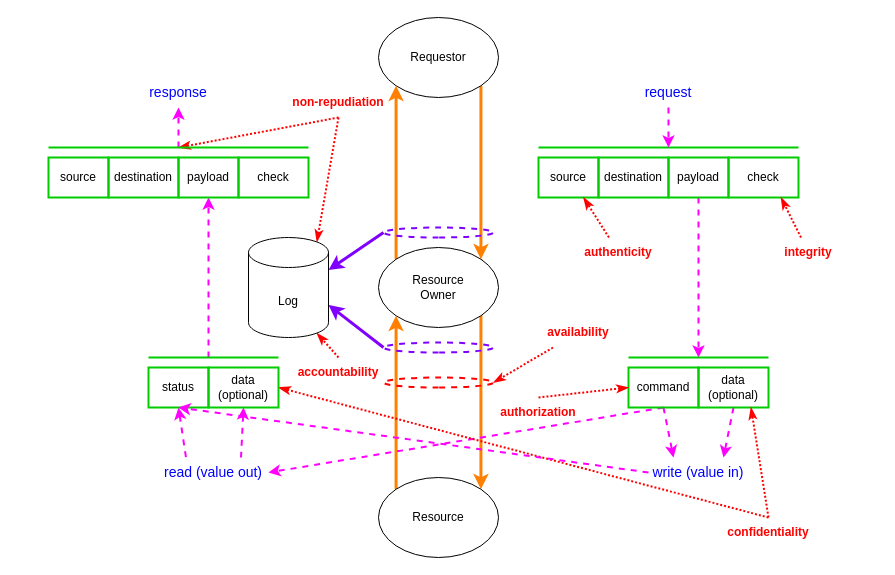
nutonomy/AVCDL keeps this draw.io diagram as page "horizontal" (2 of 2) of source/reference_documents/elaboration_documents/Understanding the Extended CIA Model/images/source/extended CIA working model.drawio. Above is the earlier version. Source tidied: cells renumbered, new cells numbered last; positions are measured from the earlier drawing's top-left corner, leaving out a move shared by most shapes. Both pictures are drawn from the tidied source at 100%, with x=0, y=0 at pixel (48, 17).
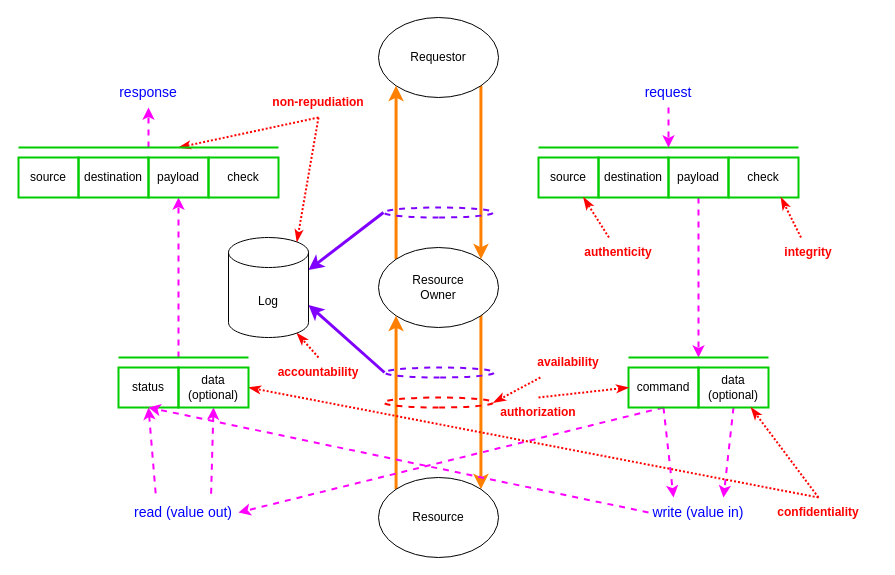
The same diagram, later.

Unchanged cells that the change refers to:
```xml
<mxCell id="15" value="check" style="rounded=0;whiteSpace=wrap;html=1;strokeColor=#00CC00;fontSize=12;fontColor=#000000;fillColor=none;strokeWidth=2;" parent="10" vertex="1">
  <mxGeometry x="680" y="140" width="70" height="40" as="geometry" />
</mxCell>
<mxCell id="25" value="data&lt;br&gt;(optional)" style="rounded=0;whiteSpace=wrap;html=1;strokeColor=#00CC00;fontSize=12;fontColor=#000000;fillColor=none;strokeWidth=2;" parent="23" vertex="1">
  <mxGeometry x="70" y="10" width="70" height="40" as="geometry" />
</mxCell>
```

The edit, as a diff of the source:
```diff
@@
     <mxCell id="22" value="&lt;font color=&quot;#0000ff&quot; style=&quot;font-size: 14px;&quot;&gt;write (value in)&lt;/font&gt;" style="text;html=1;strokeColor=none;fillColor=none;align=center;verticalAlign=middle;whiteSpace=wrap;rounded=0;" parent="10" vertex="1">
-      <mxGeometry x="600" y="440" width="100" height="30" as="geometry" />
+      <mxGeometry x="600" y="480" width="100" height="30" as="geometry" />
     </mxCell>
@@
+    <mxCell id="67" parent="0" />
+    <mxCell id="36" value="&lt;font color=&quot;#ff0000&quot;&gt;&lt;b&gt;integrity&lt;/b&gt;&lt;/font&gt;" style="text;html=1;strokeColor=none;fillColor=none;align=center;verticalAlign=middle;whiteSpace=wrap;rounded=0;strokeWidth=2;fontSize=12;fontColor=#000000;" parent="67" vertex="1">
+      <mxGeometry x="700" y="220" width="120" height="30" as="geometry" />
+    </mxCell>
+    <mxCell id="30" style="edgeStyle=none;rounded=0;jettySize=auto;html=1;entryX=0.75;entryY=1;entryDx=0;entryDy=0;dashed=1;dashPattern=1 1;strokeColor=#FF0000;strokeWidth=2;fontSize=12;fontColor=#FF0000;startArrow=none;startFill=0;endArrow=classicThin;endFill=1;" parent="67" edge="1" source="36" target="15">
+      <mxGeometry relative="1" as="geometry" />
+    </mxCell>
+    <mxCell id="41" value="&lt;font color=&quot;#ff0000&quot;&gt;&lt;b&gt;confidentiality&lt;/b&gt;&lt;/font&gt;" style="text;html=1;strokeColor=none;fillColor=none;align=center;verticalAlign=middle;whiteSpace=wrap;rounded=0;strokeWidth=2;fontSize=12;fontColor=#000000;" parent="67" vertex="1">
+      <mxGeometry x="710" y="480" width="120" height="30" as="geometry" />
+    </mxCell>
+    <mxCell id="40" style="edgeStyle=none;rounded=0;jettySize=auto;html=1;dashed=1;dashPattern=1 1;strokeColor=#FF0000;strokeWidth=2;fontSize=12;fontColor=#FF0000;startArrow=none;startFill=0;endArrow=classicThin;endFill=1;entryX=1;entryY=0.5;entryDx=0;entryDy=0;exitX=0.5;exitY=0;exitDx=0;exitDy=0;" parent="67" edge="1" source="41" target="53">
+      <mxGeometry relative="1" as="geometry" />
+    </mxCell>
+    <mxCell id="44" style="edgeStyle=none;rounded=0;jettySize=auto;html=1;dashed=1;dashPattern=1 1;strokeColor=#FF0000;strokeWidth=2;fontSize=12;fontColor=#FF0000;startArrow=none;startFill=0;endArrow=classicThin;endFill=1;exitX=0.5;exitY=0;exitDx=0;exitDy=0;entryX=0.75;entryY=1;entryDx=0;entryDy=0;" parent="67" edge="1" source="41" target="25">
+      <mxGeometry relative="1" as="geometry" />
+    </mxCell>
+    <mxCell id="31" style="edgeStyle=none;rounded=0;jettySize=auto;html=1;entryX=0.5;entryY=0;entryDx=0;entryDy=0;dashed=1;dashPattern=1 1;strokeColor=#FF0000;strokeWidth=2;fontSize=12;fontColor=#FF0000;startArrow=none;startFill=0;endArrow=classicThin;endFill=1;" parent="67" edge="1" source="35" target="32">
+      <mxGeometry relative="1" as="geometry" />
+    </mxCell>
+    <mxCell id="35" value="&lt;font color=&quot;#ff0000&quot;&gt;&lt;b&gt;availability&lt;/b&gt;&lt;/font&gt;" style="text;html=1;strokeColor=none;fillColor=none;align=center;verticalAlign=middle;whiteSpace=wrap;rounded=0;strokeWidth=2;fontSize=12;fontColor=#000000;" parent="67" vertex="1">
+      <mxGeometry x="460" y="330" width="120" height="30" as="geometry" />
+    </mxCell>
+    <mxCell id="32" style="ellipse;whiteSpace=wrap;html=1;fontSize=12;fontColor=#000000;dashed=1;strokeColor=#FF0000;fillColor=none;strokeWidth=2;rotation=90;" parent="67" vertex="1">
+      <mxGeometry x="385" y="330" width="10" height="110" as="geometry" />
+    </mxCell>
@@
-    <mxCell id="30" style="edgeStyle=none;rounded=0;jettySize=auto;html=1;entryX=0.75;entryY=1;entryDx=0;entryDy=0;dashed=1;dashPattern=1 1;strokeColor=#FF0000;strokeWidth=2;fontSize=12;fontColor=#FF0000;startArrow=none;startFill=0;endArrow=classicThin;endFill=1;" parent="27" edge="1" source="36" target="15">
-      <mxGeometry relative="1" as="geometry" />
-    </mxCell>
-    <mxCell id="31" style="edgeStyle=none;rounded=0;jettySize=auto;html=1;entryX=0.5;entryY=0;entryDx=0;entryDy=0;dashed=1;dashPattern=1 1;strokeColor=#FF0000;strokeWidth=2;fontSize=12;fontColor=#FF0000;startArrow=none;startFill=0;endArrow=classicThin;endFill=1;" parent="27" edge="1" source="35" target="32">
-      <mxGeometry relative="1" as="geometry" />
-    </mxCell>
-    <mxCell id="32" style="ellipse;whiteSpace=wrap;html=1;fontSize=12;fontColor=#000000;dashed=1;strokeColor=#FF0000;fillColor=none;strokeWidth=2;rotation=90;" parent="27" vertex="1">
-      <mxGeometry x="385" y="310" width="10" height="110" as="geometry" />
-    </mxCell>
@@
-    <mxCell id="35" value="&lt;font color=&quot;#ff0000&quot;&gt;&lt;b&gt;availability&lt;/b&gt;&lt;/font&gt;" style="text;html=1;strokeColor=none;fillColor=none;align=center;verticalAlign=middle;whiteSpace=wrap;rounded=0;strokeWidth=2;fontSize=12;fontColor=#000000;" parent="27" vertex="1">
-      <mxGeometry x="470" y="300" width="120" height="30" as="geometry" />
-    </mxCell>
-    <mxCell id="36" value="&lt;font color=&quot;#ff0000&quot;&gt;&lt;b&gt;integrity&lt;/b&gt;&lt;/font&gt;" style="text;html=1;strokeColor=none;fillColor=none;align=center;verticalAlign=middle;whiteSpace=wrap;rounded=0;strokeWidth=2;fontSize=12;fontColor=#000000;" parent="27" vertex="1">
-      <mxGeometry x="700" y="220" width="120" height="30" as="geometry" />
-    </mxCell>
     <mxCell id="37" value="&lt;font color=&quot;#ff0000&quot;&gt;&lt;b&gt;non-repudiation&lt;/b&gt;&lt;/font&gt;" style="text;html=1;strokeColor=none;fillColor=none;align=center;verticalAlign=middle;whiteSpace=wrap;rounded=0;strokeWidth=2;fontSize=12;fontColor=#000000;" parent="27" vertex="1">
-      <mxGeometry x="230" y="70" width="120" height="30" as="geometry" />
+      <mxGeometry x="210" y="70" width="120" height="30" as="geometry" />
     </mxCell>
@@
     <mxCell id="39" value="&lt;font color=&quot;#ff0000&quot;&gt;&lt;b&gt;accountability&lt;/b&gt;&lt;/font&gt;" style="text;html=1;strokeColor=none;fillColor=none;align=center;verticalAlign=middle;whiteSpace=wrap;rounded=0;strokeWidth=2;fontSize=12;fontColor=#000000;" parent="27" vertex="1">
-      <mxGeometry x="230" y="340" width="120" height="30" as="geometry" />
+      <mxGeometry x="210" y="340" width="120" height="30" as="geometry" />
     </mxCell>
-    <mxCell id="40" style="edgeStyle=none;rounded=0;jettySize=auto;html=1;dashed=1;dashPattern=1 1;strokeColor=#FF0000;strokeWidth=2;fontSize=12;fontColor=#FF0000;startArrow=none;startFill=0;endArrow=classicThin;endFill=1;entryX=1;entryY=0.5;entryDx=0;entryDy=0;exitX=0.5;exitY=0;exitDx=0;exitDy=0;" parent="27" edge="1" source="41" target="53">
-      <mxGeometry relative="1" as="geometry" />
-    </mxCell>
-    <mxCell id="41" value="&lt;font color=&quot;#ff0000&quot;&gt;&lt;b&gt;confidentiality&lt;/b&gt;&lt;/font&gt;" style="text;html=1;strokeColor=none;fillColor=none;align=center;verticalAlign=middle;whiteSpace=wrap;rounded=0;strokeWidth=2;fontSize=12;fontColor=#000000;" parent="27" vertex="1">
-      <mxGeometry x="660" y="500" width="120" height="30" as="geometry" />
-    </mxCell>
@@
-    <mxCell id="44" style="edgeStyle=none;rounded=0;jettySize=auto;html=1;dashed=1;dashPattern=1 1;strokeColor=#FF0000;strokeWidth=2;fontSize=12;fontColor=#FF0000;startArrow=none;startFill=0;endArrow=classicThin;endFill=1;exitX=0.5;exitY=0;exitDx=0;exitDy=0;entryX=0.75;entryY=1;entryDx=0;entryDy=0;" parent="27" edge="1" source="41" target="25">
-      <mxGeometry relative="1" as="geometry" />
-    </mxCell>
@@
     <mxCell id="46" value="&lt;font color=&quot;#0000ff&quot; style=&quot;font-size: 14px;&quot;&gt;response&lt;/font&gt;" style="text;html=1;strokeColor=none;fillColor=none;align=center;verticalAlign=middle;whiteSpace=wrap;rounded=0;" parent="45" vertex="1">
-      <mxGeometry x="100" y="60" width="60" height="30" as="geometry" />
+      <mxGeometry x="70" y="60" width="60" height="30" as="geometry" />
     </mxCell>
     <mxCell id="47" value="&lt;font color=&quot;#0000ff&quot; style=&quot;font-size: 14px;&quot;&gt;read (value out)&lt;/font&gt;" style="text;html=1;strokeColor=none;fillColor=none;align=center;verticalAlign=middle;whiteSpace=wrap;rounded=0;" parent="45" vertex="1">
-      <mxGeometry x="110" y="440" width="110" height="30" as="geometry" />
+      <mxGeometry x="80" y="480" width="110" height="30" as="geometry" />
     </mxCell>
@@
     <mxCell id="50" style="edgeStyle=none;rounded=0;jettySize=auto;html=1;dashed=1;strokeColor=#FF00FF;strokeWidth=2;fontSize=12;fontColor=#000000;startArrow=none;startFill=0;endArrow=classic;endFill=1;entryX=0.5;entryY=1;entryDx=0;entryDy=0;" parent="45" edge="1" target="55">
       <mxGeometry relative="1" as="geometry">
-        <mxPoint x="160" y="340" as="sourcePoint" />
+        <mxPoint x="130" y="340" as="sourcePoint" />
       </mxGeometry>
     </mxCell>
     <mxCell id="51" style="edgeStyle=none;rounded=0;jettySize=auto;html=1;dashed=1;strokeColor=#FF00FF;strokeWidth=2;fontSize=12;fontColor=#000000;startArrow=none;startFill=0;endArrow=classic;endFill=1;entryX=0.5;entryY=1;entryDx=0;entryDy=0;" parent="45" edge="1" target="46">
       <mxGeometry relative="1" as="geometry">
-        <mxPoint x="130" y="130" as="sourcePoint" />
+        <mxPoint x="100" y="130" as="sourcePoint" />
       </mxGeometry>
     </mxCell>
     <mxCell id="52" value="status" style="rounded=0;whiteSpace=wrap;html=1;strokeColor=#00CC00;fontSize=12;fontColor=#000000;fillColor=none;strokeWidth=2;" parent="45" vertex="1">
-      <mxGeometry x="100" y="350" width="60" height="40" as="geometry" />
+      <mxGeometry x="70" y="350" width="60" height="40" as="geometry" />
     </mxCell>
     <mxCell id="53" value="data&lt;br&gt;(optional)" style="rounded=0;whiteSpace=wrap;html=1;strokeColor=#00CC00;fontSize=12;fontColor=#000000;fillColor=none;strokeWidth=2;" parent="45" vertex="1">
-      <mxGeometry x="160" y="350" width="70" height="40" as="geometry" />
+      <mxGeometry x="130" y="350" width="70" height="40" as="geometry" />
     </mxCell>
     <mxCell id="54" style="endArrow=none;html=1;rounded=0;strokeColor=#00CC00;strokeWidth=2;fontSize=12;fontColor=#000000;" parent="45" edge="1">
       <mxGeometry relative="1" as="geometry">
-        <mxPoint x="100" y="340" as="sourcePoint" />
-        <mxPoint x="230" y="340" as="targetPoint" />
+        <mxPoint x="70" y="340" as="sourcePoint" />
+        <mxPoint x="200" y="340" as="targetPoint" />
       </mxGeometry>
     </mxCell>
     <mxCell id="55" value="payload" style="rounded=0;whiteSpace=wrap;html=1;strokeColor=#00CC00;fontSize=12;fontColor=#000000;fillColor=none;strokeWidth=2;" parent="45" vertex="1">
-      <mxGeometry x="130" y="140" width="60" height="40" as="geometry" />
+      <mxGeometry x="100" y="140" width="60" height="40" as="geometry" />
     </mxCell>
     <mxCell id="56" value="check" style="rounded=0;whiteSpace=wrap;html=1;strokeColor=#00CC00;fontSize=12;fontColor=#000000;fillColor=none;strokeWidth=2;" parent="45" vertex="1">
-      <mxGeometry x="190" y="140" width="70" height="40" as="geometry" />
+      <mxGeometry x="160" y="140" width="70" height="40" as="geometry" />
     </mxCell>
     <mxCell id="57" value="source" style="rounded=0;whiteSpace=wrap;html=1;strokeColor=#00CC00;fontSize=12;fontColor=#000000;fillColor=none;strokeWidth=2;" parent="45" vertex="1">
-      <mxGeometry y="140" width="60" height="40" as="geometry" />
+      <mxGeometry x="-30" y="140" width="60" height="40" as="geometry" />
     </mxCell>
     <mxCell id="58" value="destination" style="rounded=0;whiteSpace=wrap;html=1;strokeColor=#00CC00;fontSize=12;fontColor=#000000;fillColor=none;strokeWidth=2;" parent="45" vertex="1">
-      <mxGeometry x="60" y="140" width="70" height="40" as="geometry" />
+      <mxGeometry x="30" y="140" width="70" height="40" as="geometry" />
     </mxCell>
     <mxCell id="59" style="endArrow=none;html=1;rounded=0;strokeColor=#00CC00;strokeWidth=2;fontSize=12;fontColor=#000000;" parent="45" edge="1">
       <mxGeometry relative="1" as="geometry">
-        <mxPoint y="130" as="sourcePoint" />
-        <mxPoint x="260" y="130" as="targetPoint" />
+        <mxPoint x="-30" y="130" as="sourcePoint" />
+        <mxPoint x="230" y="130" as="targetPoint" />
       </mxGeometry>
     </mxCell>
@@
     <mxCell id="64" value="&lt;font color=&quot;#000000&quot; style=&quot;font-size: 12px;&quot;&gt;Log&lt;/font&gt;" style="shape=cylinder3;whiteSpace=wrap;html=1;boundedLbl=1;backgroundOutline=1;size=15;fontSize=14;fontColor=#0000FF;" parent="61" vertex="1">
-      <mxGeometry x="200" y="220" width="80" height="100" as="geometry" />
+      <mxGeometry x="180" y="220" width="80" height="100" as="geometry" />
     </mxCell>
     <mxCell id="65" style="ellipse;whiteSpace=wrap;html=1;fontSize=12;fontColor=#000000;dashed=1;strokeColor=#7F00FF;fillColor=none;strokeWidth=2;rotation=90;" parent="61" vertex="1">
-      <mxGeometry x="385" y="275" width="10" height="110" as="geometry" />
+      <mxGeometry x="386" y="300" width="10" height="110" as="geometry" />
     </mxCell>
     <mxCell id="66" style="ellipse;whiteSpace=wrap;html=1;fontSize=12;fontColor=#000000;dashed=1;strokeColor=#7F00FF;fillColor=none;strokeWidth=2;rotation=90;" parent="61" vertex="1">
-      <mxGeometry x="385" y="160" width="10" height="110" as="geometry" />
+      <mxGeometry x="385" y="140" width="10" height="110" as="geometry" />
     </mxCell>
```
